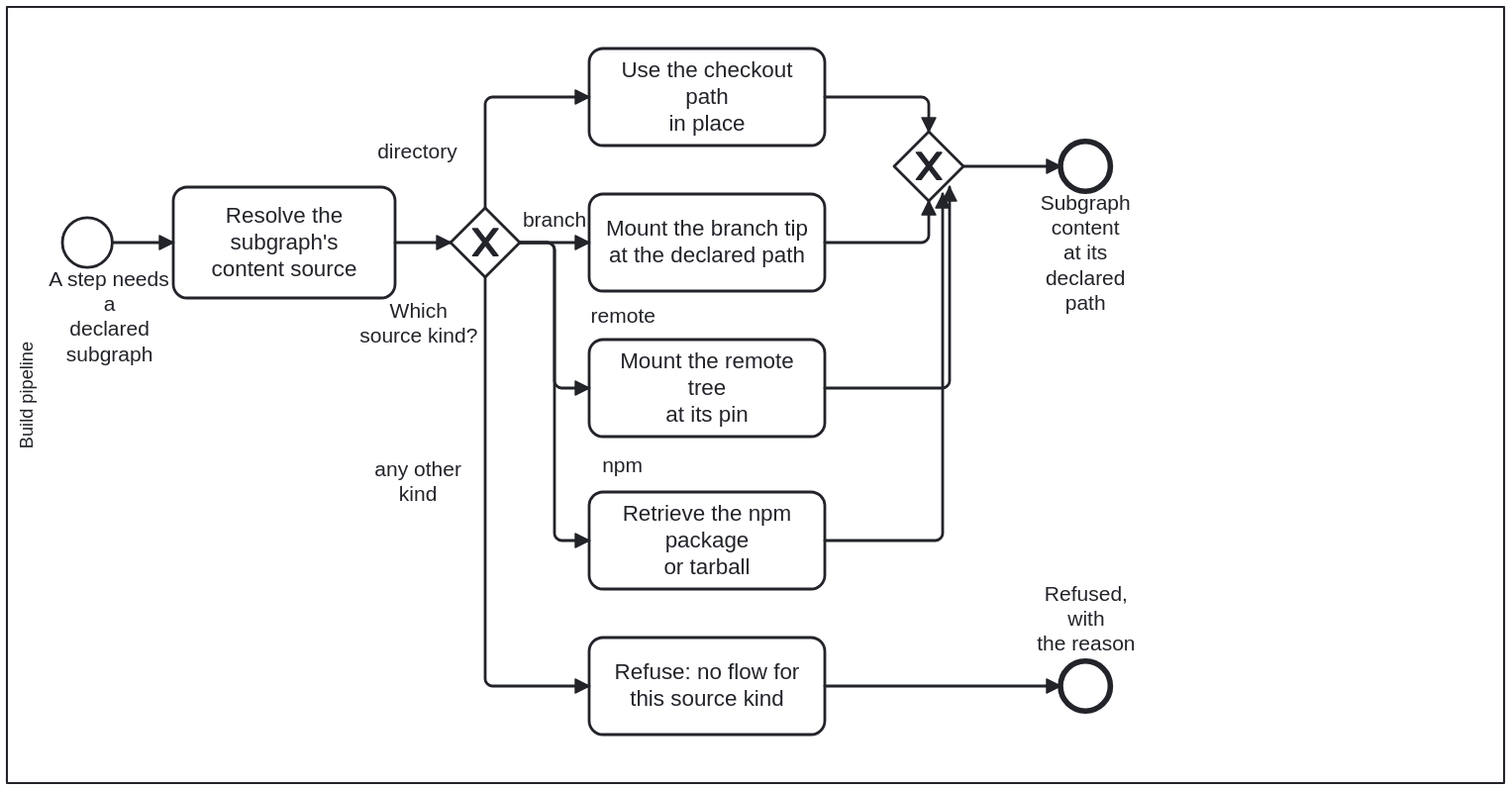
This is docs/assets/img/workflows/mount-subgraph.svg from litlfred/cat-harness, a BPMN export, as it was before one commit. Its source is kept beside it as processes/kg/mount-subgraph.bpmn. Ids are renumbered.
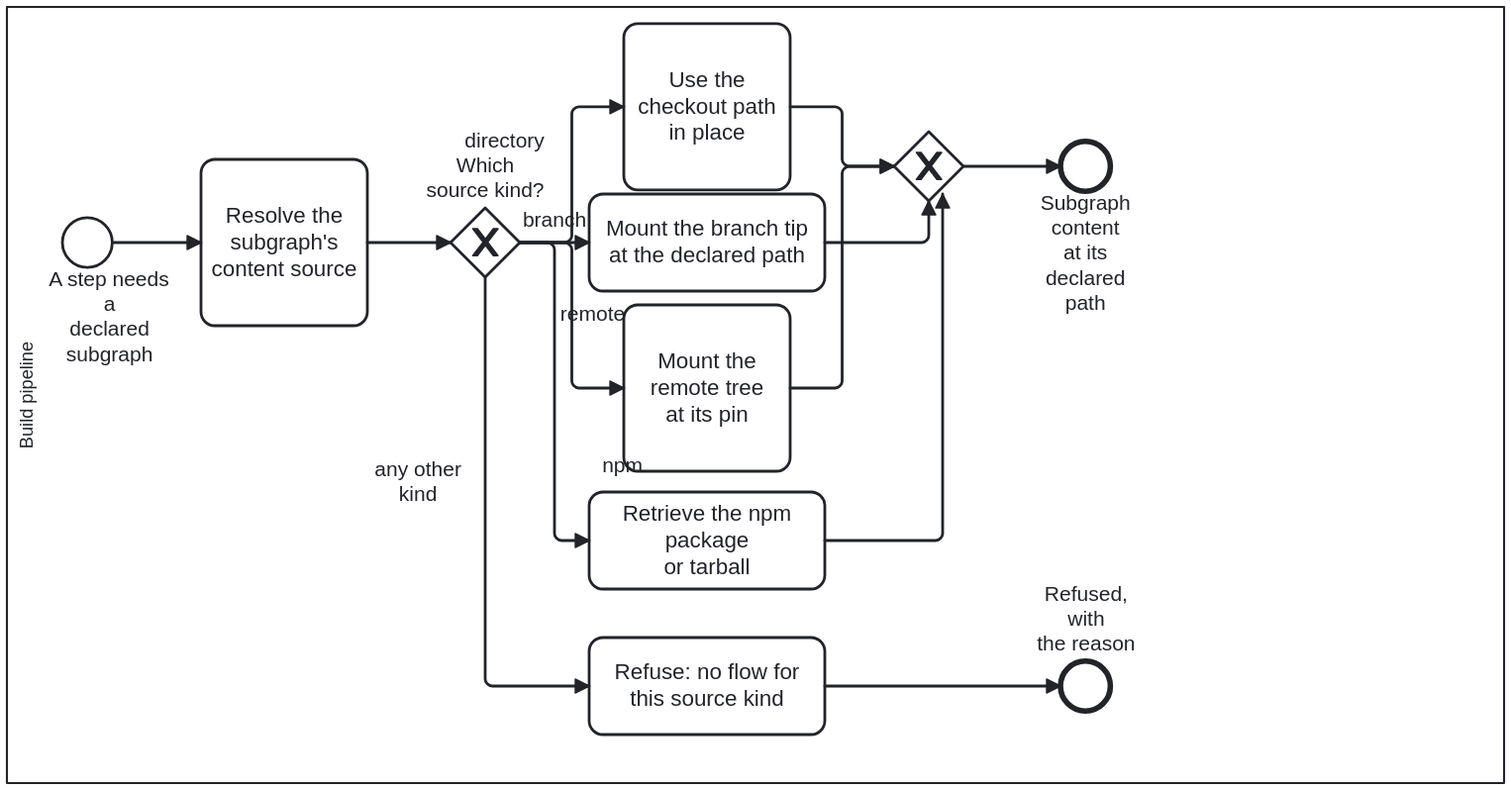
Above is the later version.

What changed in the source:
```diff
@@ -147,53 +147,58 @@
   <bpmndi:BPMNDiagram id="Diagram_MountSubgraph">
     <bpmndi:BPMNPlane id="Plane_MountSubgraph" bpmnElement="Process_MountSubgraph">
       <bpmndi:BPMNShape id="S_Lane_MountPipeline" bpmnElement="Lane_MountPipeline" isHorizontal="true">
-        <dc:Bounds x="160" y="60" width="1080" height="560"/>
+        <dc:Bounds x="160" y="60" width="1080" height="560" />
       </bpmndi:BPMNShape>
       <bpmndi:BPMNShape id="S_Start_SubgraphWanted" bpmnElement="Start_SubgraphWanted">
-        <dc:Bounds x="200" y="212" width="36" height="36"/>
-        <bpmndi:BPMNLabel><dc:Bounds x="188.59" y="247.5" width="90" height="72" /></bpmndi:BPMNLabel>
-      </bpmndi:BPMNShape>
+        <dc:Bounds x="200" y="212" width="36" height="36" />
+
+      <bpmndi:BPMNLabel><dc:Bounds x="188.59" y="247.5" width="90" height="72" /></bpmndi:BPMNLabel></bpmndi:BPMNShape>
       <bpmndi:BPMNShape id="S_Task_ResolveSource" bpmnElement="Task_ResolveSource">
-        <dc:Bounds x="280" y="190" width="160" height="80"/>
+        <dc:Bounds x="300" y="170" width="120" height="120" />
       </bpmndi:BPMNShape>
       <bpmndi:BPMNShape id="S_GW_SourceKind" bpmnElement="GW_SourceKind" isMarkerVisible="true">
-        <dc:Bounds x="480" y="205" width="50" height="50"/>
-        <bpmndi:BPMNLabel><dc:Bounds x="412.01" y="270.5" width="90" height="35" /></bpmndi:BPMNLabel>
-      </bpmndi:BPMNShape>
+        <dc:Bounds x="480" y="205" width="50" height="50" />
+
+      <bpmndi:BPMNLabel><dc:Bounds x="460" y="166" width="90" height="35" /></bpmndi:BPMNLabel></bpmndi:BPMNShape>
       <bpmndi:BPMNShape id="S_Task_UseCheckoutPath" bpmnElement="Task_UseCheckoutPath">
-        <dc:Bounds x="580" y="90" width="170" height="70"/>
+        <dc:Bounds x="605" y="72" width="120" height="120" />
       </bpmndi:BPMNShape>
       <bpmndi:BPMNShape id="S_Task_MountBranchTip" bpmnElement="Task_MountBranchTip">
-        <dc:Bounds x="580" y="195" width="170" height="70"/>
+        <dc:Bounds x="580" y="195" width="170" height="70" />
       </bpmndi:BPMNShape>
       <bpmndi:BPMNShape id="S_Task_MountRemotePin" bpmnElement="Task_MountRemotePin">
-        <dc:Bounds x="580" y="300" width="170" height="70"/>
+        <dc:Bounds x="605" y="275" width="120" height="120" />
       </bpmndi:BPMNShape>
       <bpmndi:BPMNShape id="S_Task_RetrieveNpmPackage" bpmnElement="Task_RetrieveNpmPackage">
-        <dc:Bounds x="580" y="410" width="170" height="70"/>
+        <dc:Bounds x="580" y="410" width="170" height="70" />
       </bpmndi:BPMNShape>
       <bpmndi:BPMNShape id="S_Task_RefuseUnknownKind" bpmnElement="Task_RefuseUnknownKind">
-        <dc:Bounds x="580" y="515" width="170" height="70"/>
+        <dc:Bounds x="580" y="515" width="170" height="70" />
       </bpmndi:BPMNShape>
       <bpmndi:BPMNShape id="S_GW_Join" bpmnElement="GW_Join" isMarkerVisible="true">
-        <dc:Bounds x="800" y="150" width="50" height="50"/>
+        <dc:Bounds x="800" y="150" width="50" height="50" />
       </bpmndi:BPMNShape>
       <bpmndi:BPMNShape id="S_End_Mounted" bpmnElement="End_Mounted">
-        <dc:Bounds x="920" y="157" width="36" height="36"/>
+        <dc:Bounds x="920" y="157" width="36" height="36" />
       </bpmndi:BPMNShape>
       <bpmndi:BPMNShape id="S_End_Refused" bpmnElement="End_Refused">
-        <dc:Bounds x="920" y="532" width="36" height="36"/>
-        <bpmndi:BPMNLabel><dc:Bounds x="893" y="475" width="90" height="53" /></bpmndi:BPMNLabel>
-      </bpmndi:BPMNShape>
+        <dc:Bounds x="920" y="532" width="36" height="36" />
+
+      <bpmndi:BPMNLabel><dc:Bounds x="893" y="475" width="90" height="53" /></bpmndi:BPMNLabel></bpmndi:BPMNShape>
       <bpmndi:BPMNEdge id="E_F_M1" bpmnElement="F_M1">
-        <di:waypoint x="236" y="230"/><di:waypoint x="280" y="230"/>
+        <di:waypoint x="236" y="230" />
+        <di:waypoint x="300" y="230" />
       </bpmndi:BPMNEdge>
       <bpmndi:BPMNEdge id="E_F_M2" bpmnElement="F_M2">
-        <di:waypoint x="440" y="230"/><di:waypoint x="480" y="230"/>
+        <di:waypoint x="420" y="230" />
+        <di:waypoint x="480" y="230" />
       </bpmndi:BPMNEdge>
       <bpmndi:BPMNEdge id="E_F_M3" bpmnElement="F_M3">
-        <di:waypoint x="505" y="205"/><di:waypoint x="505" y="125"/><di:waypoint x="580" y="125"/>
-        <bpmndi:BPMNLabel><dc:Bounds x="411" y="156" width="90" height="18" /></bpmndi:BPMNLabel>
+        <di:waypoint x="530" y="230" />
+        <di:waypoint x="567.5" y="230" />
+        <di:waypoint x="567.5" y="132" />
+        <di:waypoint x="605" y="132" />
+        <bpmndi:BPMNLabel><dc:Bounds x="473.5" y="147.5" width="90" height="18" /></bpmndi:BPMNLabel>
       </bpmndi:BPMNEdge>
       <bpmndi:BPMNEdge id="E_F_M4" bpmnElement="F_M4">
         <di:waypoint x="530" y="230"/><di:waypoint x="580" y="230"/>
@@ -203,7 +208,10 @@
         <bpmndi:BPMNLabel><dc:Bounds x="411" y="385" width="90" height="35" /></bpmndi:BPMNLabel>
       </bpmndi:BPMNEdge>
       <bpmndi:BPMNEdge id="E_F_M6" bpmnElement="F_M6">
-        <di:waypoint x="750" y="125"/><di:waypoint x="825" y="125"/><di:waypoint x="825" y="150"/>
+        <di:waypoint x="725" y="132" />
+        <di:waypoint x="762.5" y="132" />
+        <di:waypoint x="762.5" y="175" />
+        <di:waypoint x="800" y="175" />
       </bpmndi:BPMNEdge>
       <bpmndi:BPMNEdge id="E_F_M7" bpmnElement="F_M7">
         <di:waypoint x="750" y="230"/><di:waypoint x="825" y="230"/><di:waypoint x="825" y="200"/>
@@ -216,13 +224,15 @@
       </bpmndi:BPMNEdge>
       <bpmndi:BPMNEdge id="E_F_M10" bpmnElement="F_M10">
         <di:waypoint x="530" y="230" />
-        <di:waypoint x="555" y="230" />
-        <di:waypoint x="555" y="335" />
-        <di:waypoint x="580" y="335" />
-        <bpmndi:BPMNLabel><dc:Bounds x="559" y="274" width="90" height="17" /></bpmndi:BPMNLabel>
+        <di:waypoint x="567.5" y="230" />
+        <di:waypoint x="567.5" y="335" />
+        <di:waypoint x="605" y="335" />
       </bpmndi:BPMNEdge>
       <bpmndi:BPMNEdge id="E_F_M11" bpmnElement="F_M11">
-        <di:waypoint x="750" y="335"/><di:waypoint x="840" y="335"/><di:waypoint x="840" y="190"/>
+        <di:waypoint x="725" y="335" />
+        <di:waypoint x="762.5" y="335" />
+        <di:waypoint x="762.5" y="175" />
+        <di:waypoint x="800" y="175" />
       </bpmndi:BPMNEdge>
       <bpmndi:BPMNEdge id="E_F_M12" bpmnElement="F_M12">
         <di:waypoint x="530" y="230" />
```
